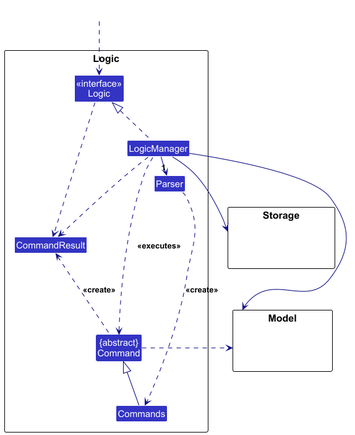
Earlier version of the PlantUML export docs/architecture/LogicClassDiagram.png (IV-pratibha-0912/tp).
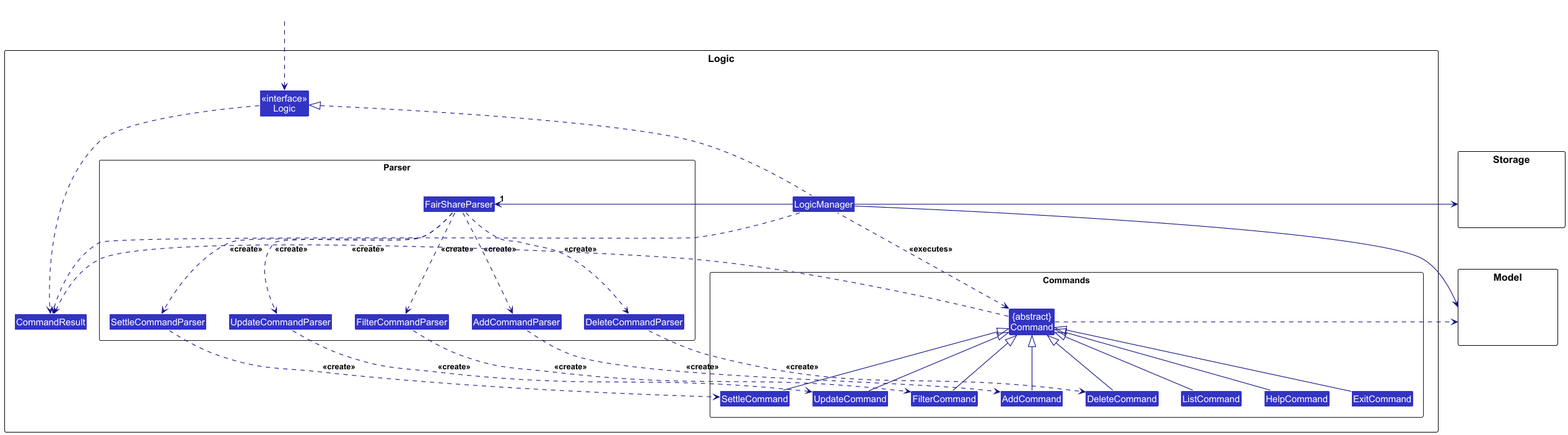
Above is the later version.

What changed in the source:
```diff
@@ -5,11 +5,29 @@
 skinparam classBackgroundColor LOGIC_COLOR
 
 package Logic as LogicPackage {
-    Class Parser
-    Class Commands
+
+    package Parser <<Rectangle>> {
+        Class FairShareParser
+        Class AddCommandParser
+        Class DeleteCommandParser
+        Class UpdateCommandParser
+        Class FilterCommandParser
+        Class SettleCommandParser
+    }
+
+    package Commands <<Rectangle>> {
+        Class "{abstract}\nCommand" as Command
+        Class AddCommand
+        Class DeleteCommand
+        Class UpdateCommand
+        Class FilterCommand
+        Class ListCommand
+        Class SettleCommand
+        Class HelpCommand
+        Class ExitCommand
+    }
+
     Class CommandResult
-    Class "{abstract}\nCommand" as Command
-
     Class "<<interface>>\nLogic" as Logic
     Class LogicManager
 }
@@ -27,11 +45,28 @@
 
 LogicManager .up.|> Logic
 
-LogicManager -right->"1" Parser
+LogicManager -right-> "1" FairShareParser
 
-Parser ..> Commands : <<create>>
+FairShareParser ..> AddCommandParser : <<create>>
+FairShareParser ..> DeleteCommandParser : <<create>>
+FairShareParser ..> UpdateCommandParser : <<create>>
+FairShareParser ..> FilterCommandParser : <<create>>
+FairShareParser ..> SettleCommandParser : <<create>>
 
-Commands -up-|> Command
+AddCommandParser ..> AddCommand : <<create>>
+DeleteCommandParser ..> DeleteCommand : <<create>>
+UpdateCommandParser ..> UpdateCommand : <<create>>
+FilterCommandParser ..> FilterCommand : <<create>>
+SettleCommandParser ..> SettleCommand : <<create>>
+
+AddCommand -up-|> Command
+DeleteCommand -up-|> Command
+UpdateCommand -up-|> Command
+FilterCommand -up-|> Command
+ListCommand -up-|> Command
+SettleCommand -up-|> Command
+HelpCommand -up-|> Command
+ExitCommand -up-|> Command
 
 LogicManager .left.> Command : <<executes>>
 
@@ -45,4 +80,5 @@
 
 Storage --[hidden] Model
 Command .[hidden]up.> Storage
+
 @enduml
```
